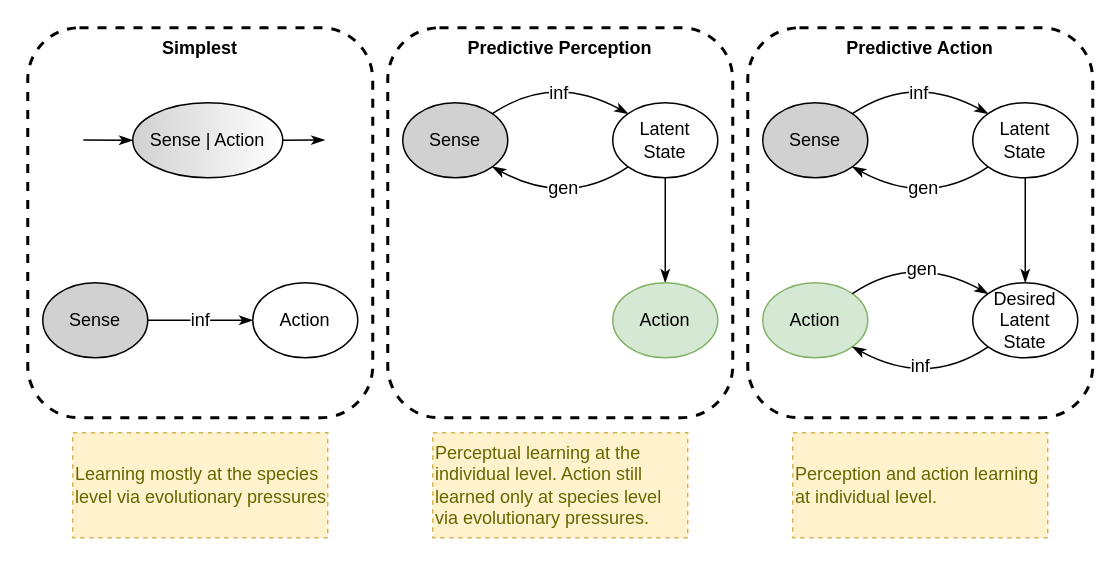
Before: page "evolution-of-action-inference" (3 of 8) of files/Focusing-on-the-why.drawio in malcolmlett/malcolmlett.github.io, a draw.io diagram. Source tidied: cells renumbered, new cells numbered last; positions are measured from the earlier drawing's top-left corner, leaving out a move shared by most shapes. Both pictures are drawn from the tidied source at 150%, with x=0, y=0 at pixel (27, 27).
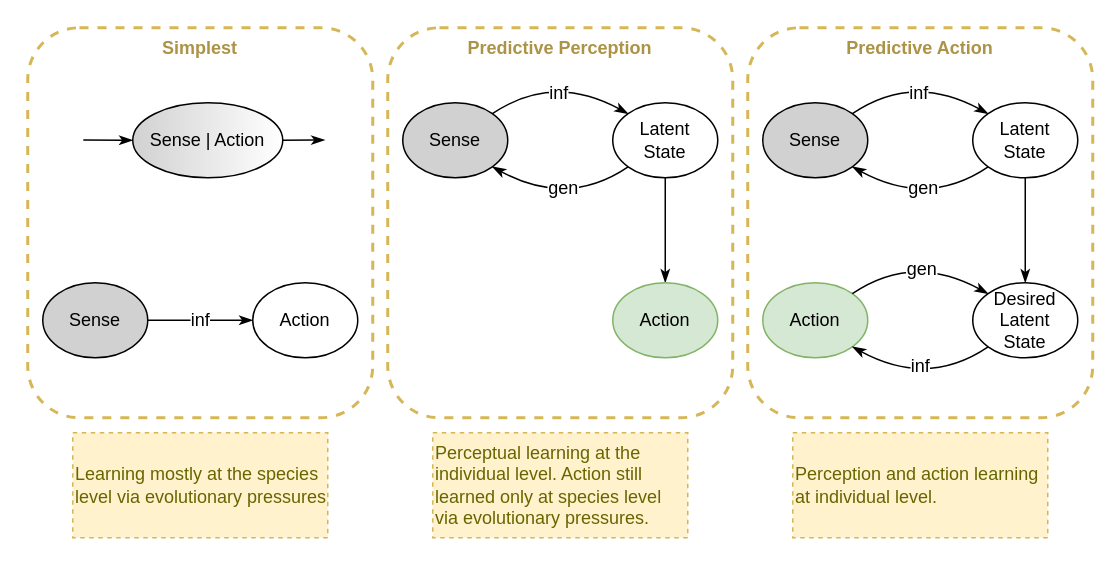
The same page after the edit.

The edit, as a diff of the source:
```diff
@@
-    <mxCell id="2" value="Predictive Action" style="rounded=1;whiteSpace=wrap;html=1;fillColor=none;dashed=1;strokeWidth=2;align=center;horizontal=1;verticalAlign=top;fontSize=12;fontStyle=1;" parent="1" vertex="1">
+    <mxCell id="2" value="Predictive Action" style="rounded=1;whiteSpace=wrap;html=1;fillColor=none;dashed=1;strokeWidth=2;align=center;horizontal=1;verticalAlign=top;fontSize=12;fontStyle=1;fontColor=#AD9346;strokeColor=#D6B656;" parent="1" vertex="1">
       <mxGeometry x="480" width="230" height="260" as="geometry" />
     </mxCell>
-    <mxCell id="3" value="Predictive Perception" style="rounded=1;whiteSpace=wrap;html=1;fillColor=none;dashed=1;strokeWidth=2;align=center;horizontal=1;verticalAlign=top;fontSize=12;fontStyle=1;" parent="1" vertex="1">
+    <mxCell id="3" value="Predictive Perception" style="rounded=1;whiteSpace=wrap;html=1;fillColor=none;dashed=1;strokeWidth=2;align=center;horizontal=1;verticalAlign=top;fontSize=12;fontStyle=1;fontColor=#AD9346;strokeColor=#D6B656;" parent="1" vertex="1">
       <mxGeometry x="240" width="230" height="260" as="geometry" />
     </mxCell>
-    <mxCell id="4" value="Simplest" style="rounded=1;whiteSpace=wrap;html=1;fillColor=none;dashed=1;strokeWidth=2;align=center;horizontal=1;verticalAlign=top;fontSize=12;fontStyle=1;" parent="1" vertex="1">
+    <mxCell id="4" value="Simplest" style="rounded=1;whiteSpace=wrap;html=1;fillColor=none;dashed=1;strokeWidth=2;align=center;horizontal=1;verticalAlign=top;fontSize=12;fontStyle=1;fontColor=#AD9346;strokeColor=#D6B656;" parent="1" vertex="1">
       <mxGeometry width="230" height="260" as="geometry" />
     </mxCell>
```
